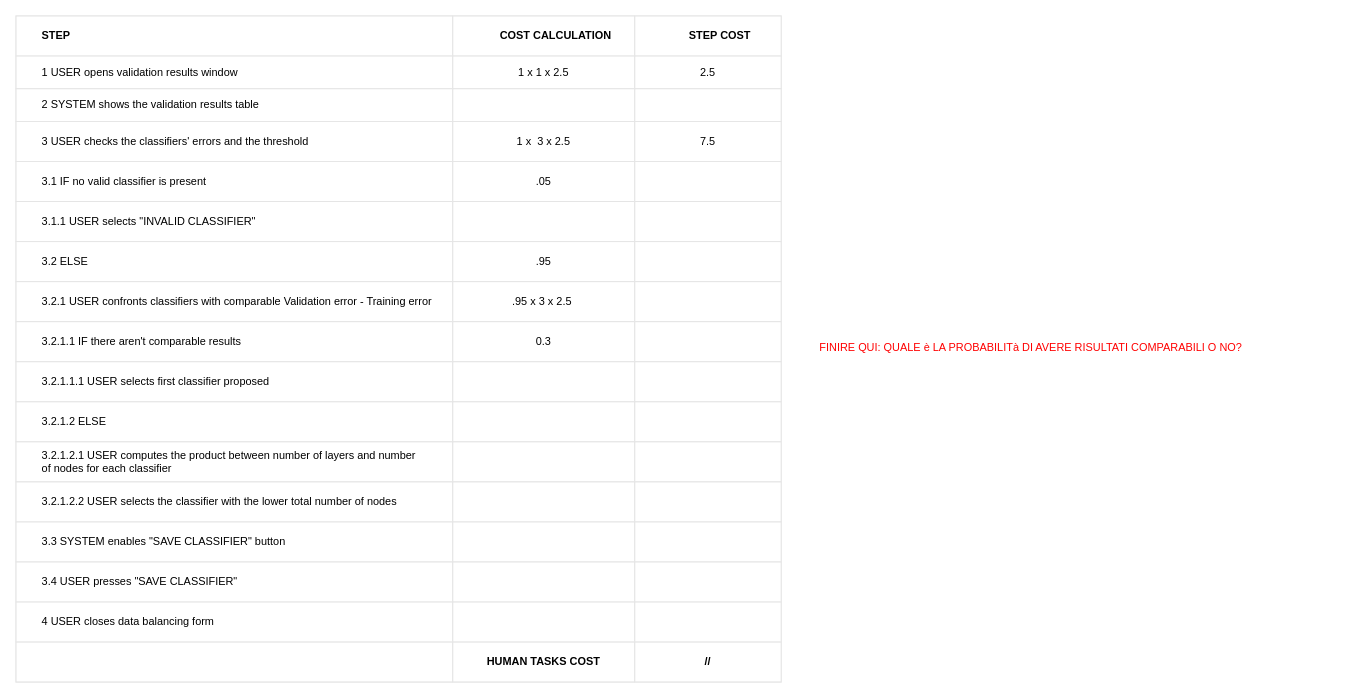
This is check validation results (Cape)/table_check validation results.drawio from BaffoBello14/AutomaticDamagesRecognition, a draw.io file, before an edit. Source tidied: cells renumbered, new cells numbered last; positions are measured from the earlier drawing's top-left corner, leaving out a move shared by most shapes. Both pictures are drawn from the tidied source at 91%, with x=0, y=0 at pixel (15, 15).
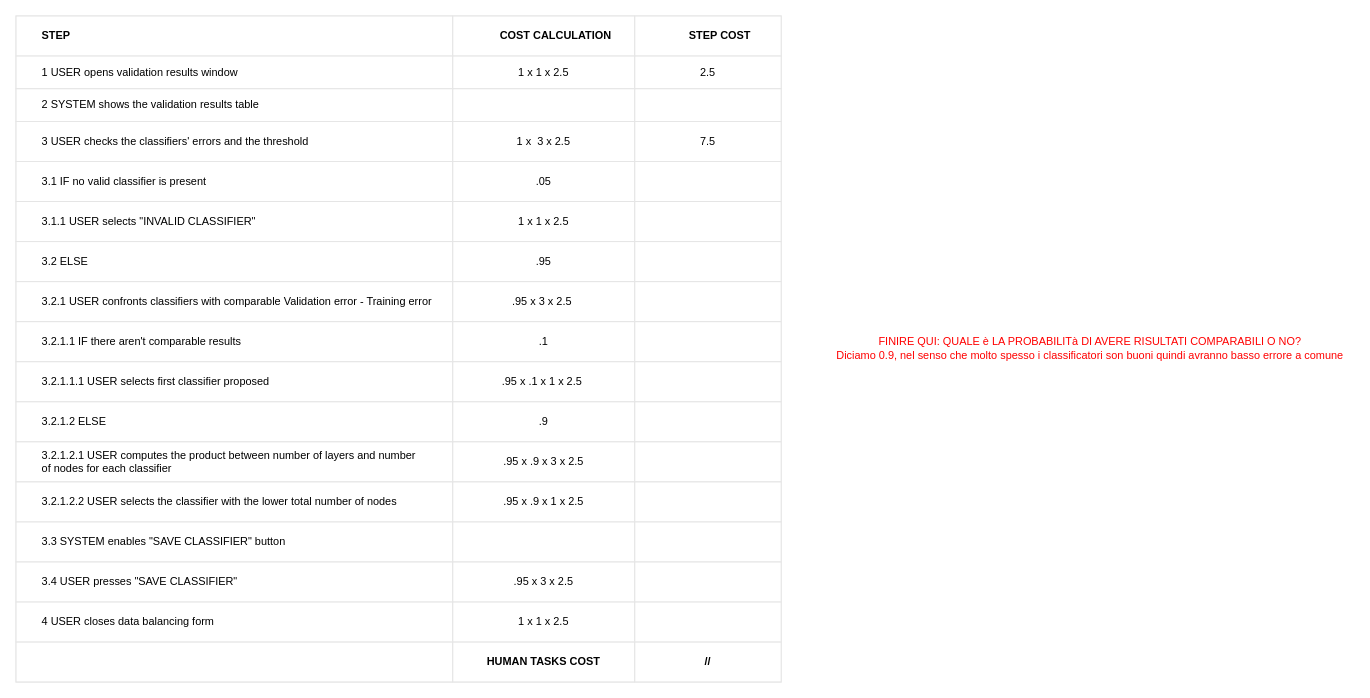
Above is the later version.

Unchanged cells that the change refers to:
```xml
<mxCell id="23" style="shape=tableRow;horizontal=0;startSize=0;swimlaneHead=0;swimlaneBody=0;top=0;left=0;bottom=0;right=0;fontStyle=0;fillColor=none;strokeColor=inherit;align=center;" parent="2" vertex="1">
  <mxGeometry y="204" width="841" height="44" as="geometry" />
</mxCell>
<mxCell id="35" style="shape=tableRow;horizontal=0;startSize=0;swimlaneHead=0;swimlaneBody=0;top=0;left=0;bottom=0;right=0;fontStyle=0;fillColor=none;strokeColor=inherit;align=center;" parent="2" vertex="1">
  <mxGeometry y="336" width="841" height="44" as="geometry" />
</mxCell>
<mxCell id="39" style="shape=tableRow;horizontal=0;startSize=0;swimlaneHead=0;swimlaneBody=0;top=0;left=0;bottom=0;right=0;fontStyle=0;fillColor=none;strokeColor=inherit;align=center;" parent="2" vertex="1">
  <mxGeometry y="380" width="841" height="44" as="geometry" />
</mxCell>
<mxCell id="43" style="shape=tableRow;horizontal=0;startSize=0;swimlaneHead=0;swimlaneBody=0;top=0;left=0;bottom=0;right=0;fontStyle=0;fillColor=none;strokeColor=inherit;align=center;" parent="2" vertex="1">
  <mxGeometry y="424" width="841" height="44" as="geometry" />
</mxCell>
<mxCell id="47" style="shape=tableRow;horizontal=0;startSize=0;swimlaneHead=0;swimlaneBody=0;top=0;left=0;bottom=0;right=0;fontStyle=0;fillColor=none;strokeColor=inherit;align=center;" parent="2" vertex="1">
  <mxGeometry y="468" width="841" height="44" as="geometry" />
</mxCell>
<mxCell id="51" style="shape=tableRow;horizontal=0;startSize=0;swimlaneHead=0;swimlaneBody=0;top=0;left=0;bottom=0;right=0;fontStyle=0;fillColor=none;strokeColor=inherit;align=center;" parent="2" vertex="1">
  <mxGeometry y="512" width="841" height="44" as="geometry" />
</mxCell>
<mxCell id="59" style="shape=tableRow;horizontal=0;startSize=0;swimlaneHead=0;swimlaneBody=0;top=0;left=0;bottom=0;right=0;fontStyle=0;fillColor=none;strokeColor=inherit;align=center;" parent="2" vertex="1">
  <mxGeometry y="600" width="841" height="44" as="geometry" />
</mxCell>
<mxCell id="63" style="shape=tableRow;horizontal=0;startSize=0;swimlaneHead=0;swimlaneBody=0;top=0;left=0;bottom=0;right=0;fontStyle=0;fillColor=none;strokeColor=inherit;align=center;" parent="2" vertex="1">
  <mxGeometry y="644" width="841" height="44" as="geometry" />
</mxCell>
```

What changed in the source:
```diff
@@
-    <mxCell id="25" style="strokeColor=inherit;fillColor=none;align=center;whiteSpace=wrap;html=1;" parent="23" vertex="1">
+    <mxCell id="25" value="1 x 1 x 2.5" style="strokeColor=inherit;fillColor=none;align=center;whiteSpace=wrap;html=1;" parent="23" vertex="1">
       <mxGeometry x="480" width="200" height="44" as="geometry" />
     </mxCell>
@@
-    <mxCell id="37" value="0.3" style="strokeColor=inherit;fillColor=none;align=center;whiteSpace=wrap;html=1;" parent="35" vertex="1">
+    <mxCell id="37" value=".1" style="strokeColor=inherit;fillColor=none;align=center;whiteSpace=wrap;html=1;" parent="35" vertex="1">
       <mxGeometry x="480" width="200" height="44" as="geometry" />
     </mxCell>
@@
-    <mxCell id="41" style="strokeColor=inherit;fillColor=none;align=center;whiteSpace=wrap;html=1;" parent="39" vertex="1">
+    <mxCell id="41" value=".95 x .1 x 1 x 2.5&amp;nbsp;" style="strokeColor=inherit;fillColor=none;align=center;whiteSpace=wrap;html=1;" parent="39" vertex="1">
       <mxGeometry x="480" width="200" height="44" as="geometry" />
     </mxCell>
@@
-    <mxCell id="45" style="strokeColor=inherit;fillColor=none;align=center;whiteSpace=wrap;html=1;" parent="43" vertex="1">
+    <mxCell id="45" value=".9" style="strokeColor=inherit;fillColor=none;align=center;whiteSpace=wrap;html=1;" parent="43" vertex="1">
       <mxGeometry x="480" width="200" height="44" as="geometry" />
     </mxCell>
@@
-    <mxCell id="49" style="strokeColor=inherit;fillColor=none;align=center;whiteSpace=wrap;html=1;" parent="47" vertex="1">
+    <mxCell id="49" value=".95 x .9 x 3 x 2.5" style="strokeColor=inherit;fillColor=none;align=center;whiteSpace=wrap;html=1;" parent="47" vertex="1">
       <mxGeometry x="480" width="200" height="44" as="geometry" />
     </mxCell>
@@
-    <mxCell id="53" style="strokeColor=inherit;fillColor=none;align=center;whiteSpace=wrap;html=1;" parent="51" vertex="1">
+    <mxCell id="53" value=".95 x .9 x 1 x 2.5" style="strokeColor=inherit;fillColor=none;align=center;whiteSpace=wrap;html=1;" parent="51" vertex="1">
       <mxGeometry x="480" width="200" height="44" as="geometry" />
     </mxCell>
@@
-    <mxCell id="61" style="strokeColor=inherit;fillColor=none;align=center;whiteSpace=wrap;html=1;" parent="59" vertex="1">
+    <mxCell id="61" value=".95 x 3 x 2.5" style="strokeColor=inherit;fillColor=none;align=center;whiteSpace=wrap;html=1;" parent="59" vertex="1">
       <mxGeometry x="480" width="200" height="44" as="geometry" />
     </mxCell>
@@
-    <mxCell id="65" style="strokeColor=inherit;fillColor=none;align=center;whiteSpace=wrap;html=1;" parent="63" vertex="1">
+    <mxCell id="65" value="1 x 1 x 2.5" style="strokeColor=inherit;fillColor=none;align=center;whiteSpace=wrap;html=1;" parent="63" vertex="1">
       <mxGeometry x="480" width="200" height="44" as="geometry" />
     </mxCell>
@@
-    <mxCell id="71" value="FINIRE QUI: QUALE è LA PROBABILITà DI AVERE RISULTATI COMPARABILI O NO?" style="text;html=1;align=center;verticalAlign=middle;strokeColor=none;fillColor=none;fontColor=#FF0000;" parent="1" vertex="1">
-      <mxGeometry x="870" y="350" width="490" height="30" as="geometry" />
+    <mxCell id="71" value="FINIRE QUI: QUALE è LA PROBABILITà DI AVERE RISULTATI COMPARABILI O NO?&lt;br&gt;Diciamo 0.9, nel senso che molto spesso i classificatori son buoni quindi avranno basso errore a comune" style="text;html=1;align=center;verticalAlign=middle;strokeColor=none;fillColor=none;fontColor=#FF0000;" parent="1" vertex="1">
+      <mxGeometry x="890" y="345" width="580" height="40" as="geometry" />
     </mxCell>
```
